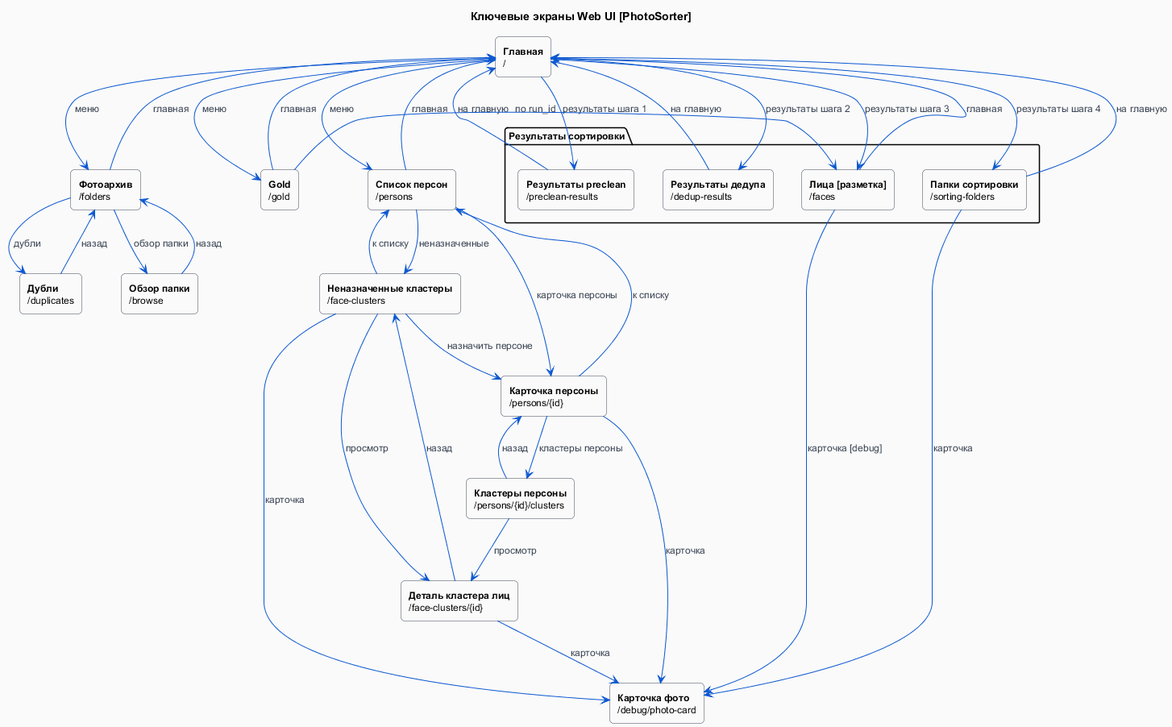
Earlier version of the PlantUML export docs/diagrams/screens.png (mzaborov/PhotoSorter). Source of this version:
```plantuml
@startuml
skinparam backgroundColor #fafafa
skinparam defaultFontSize 12
skinparam rectangle {
  roundCorner 10
  borderColor #374151
  backgroundColor #fff
}
skinparam arrow {
  color #0b57d0
  fontColor #374151
}

title Ключевые экраны Web UI [PhotoSorter]

!$base = "http://127.0.0.1:8000"
rectangle "**Главная**\n/" as index [[$base/]]
rectangle "**Фотоархив**\n/folders" as folders [[$base/folders]]
rectangle "**Обзор папки**\n/browse" as browse [[$base/browse]]
rectangle "**Дубли**\n/duplicates" as duplicates [[$base/duplicates]]

rectangle "**Gold**\n/gold" as gold [[$base/gold]]
rectangle "**Список персон**\n/persons" as persons [[$base/persons]]
rectangle "**Карточка персоны**\n/persons/{id}" as person_detail [[$base/persons]]
rectangle "**Кластеры персоны**\n/persons/{id}/clusters" as person_clusters [[$base/persons]]
rectangle "**Неназначенные кластеры**\n/face-clusters" as face_clusters [[$base/face-clusters]]
rectangle "**Деталь кластера лиц**\n/face-clusters/{id}" as cluster_detail [[$base/face-clusters]]
rectangle "**Карточка фото**\n/debug/photo-card" as photo_card [[$base/debug/photo-card]]

package "Результаты сортировки" as results_group {
  rectangle "**Лица [разметка]**\n/faces" as faces [[$base/faces]]
  rectangle "**Папки сортировки**\n/sorting-folders" as sorting_folders [[$base/sorting-folders]]
  rectangle "**Результаты preclean**\n/preclean-results" as preclean [[$base/preclean-results]]
  rectangle "**Результаты дедупа**\n/dedup-results" as dedup_results [[$base/dedup-results]]
}

index --> folders : меню
index --> gold : меню
index --> persons : меню
index --> faces : результаты шага 3
index --> sorting_folders : результаты шага 4
index --> preclean : результаты шага 1
index --> dedup_results : результаты шага 2

folders --> browse : обзор папки
folders --> duplicates : дубли
browse --> folders : назад
duplicates --> folders : назад

persons --> person_detail : карточка персоны
persons --> face_clusters : неназначенные
person_detail --> persons : к списку
person_detail --> person_clusters : кластеры персоны
person_clusters --> person_detail : назад
person_clusters --> cluster_detail : просмотр
face_clusters --> persons : к списку
face_clusters --> cluster_detail : просмотр
face_clusters --> person_detail : назначить персоне
cluster_detail --> face_clusters : назад
gold --> faces : по run_id
faces --> photo_card : карточка [debug]
person_detail --> photo_card : карточка
face_clusters --> photo_card : карточка
cluster_detail --> photo_card : карточка
sorting_folders --> photo_card : карточка

folders --> index : главная
gold --> index : главная
persons --> index : главная
faces --> index : главная
sorting_folders --> index : на главную
preclean --> index : на главную
dedup_results --> index : на главную

@enduml
```
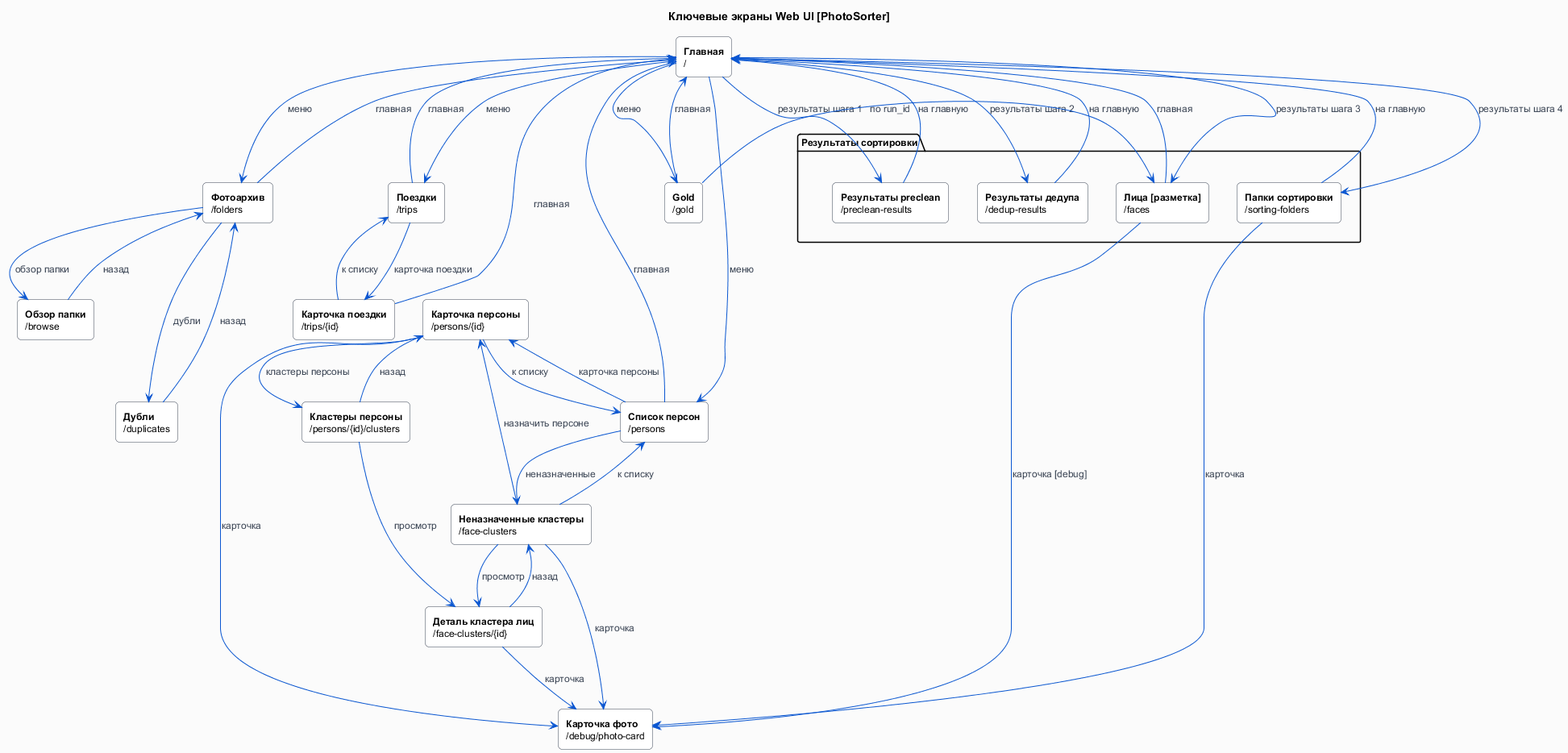
After the commit.

What changed in the source:
```diff
@@ -13,11 +13,16 @@
 
 title Ключевые экраны Web UI [PhotoSorter]
 
+top to bottom direction
+
 !$base = "http://127.0.0.1:8000"
 rectangle "**Главная**\n/" as index [[$base/]]
 rectangle "**Фотоархив**\n/folders" as folders [[$base/folders]]
 rectangle "**Обзор папки**\n/browse" as browse [[$base/browse]]
 rectangle "**Дубли**\n/duplicates" as duplicates [[$base/duplicates]]
+
+rectangle "**Поездки**\n/trips" as trips [[$base/trips]]
+rectangle "**Карточка поездки**\n/trips/{id}" as trip_detail [[$base/trips]]
 
 rectangle "**Gold**\n/gold" as gold [[$base/gold]]
 rectangle "**Список персон**\n/persons" as persons [[$base/persons]]
@@ -34,7 +39,22 @@
   rectangle "**Результаты дедупа**\n/dedup-results" as dedup_results [[$base/dedup-results]]
 }
 
+index -[hidden]right- folders
+folders -[hidden]right- trips
+trips -[hidden]right- gold
+gold -[hidden]right- persons
+persons -[hidden]right- results_group
+browse -[hidden]down- duplicates
+trip_detail -[hidden]right- person_detail
+person_detail -[hidden]right- person_clusters
+person_clusters -[hidden]right- face_clusters
+face_clusters -[hidden]right- cluster_detail
+faces -[hidden]right- sorting_folders
+sorting_folders -[hidden]right- preclean
+preclean -[hidden]right- dedup_results
+
 index --> folders : меню
+index --> trips : меню
 index --> gold : меню
 index --> persons : меню
 index --> faces : результаты шага 3
@@ -46,6 +66,9 @@
 folders --> duplicates : дубли
 browse --> folders : назад
 duplicates --> folders : назад
+
+trips --> trip_detail : карточка поездки
+trip_detail --> trips : к списку
 
 persons --> person_detail : карточка персоны
 persons --> face_clusters : неназначенные
@@ -65,6 +88,8 @@
 sorting_folders --> photo_card : карточка
 
 folders --> index : главная
+trips --> index : главная
+trip_detail --> index : главная
 gold --> index : главная
 persons --> index : главная
 faces --> index : главная
```
